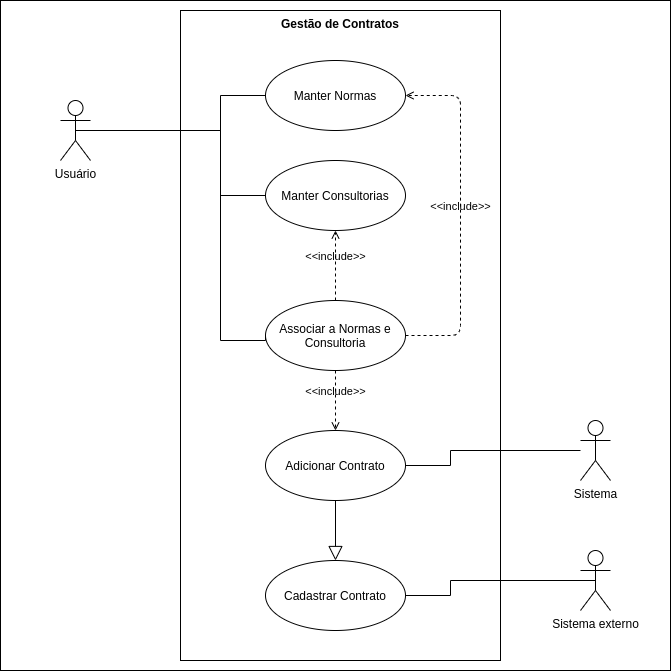
Before: documentacao/diagramas/diagrama_uc_contratos.png, a diagram exported from draw.io (jaisonpr/sigo). Source tidied: cells renumbered, new cells last; positions are measured from the earlier drawing's top-left corner, leaving out a move shared by most shapes. Source of this version:
```xml
<mxGraphModel>
  <root>
    <mxCell id="0" />
    <mxCell id="1" parent="0" />
    <mxCell id="2" style="rounded=0;whiteSpace=wrap;html=1;" parent="1" vertex="1">
      <mxGeometry width="670" height="670" as="geometry" />
    </mxCell>
    <mxCell id="3" value="Gestão de Contratos" style="shape=rect;html=1;verticalAlign=top;fontStyle=1;whiteSpace=wrap;align=center;" parent="1" vertex="1">
      <mxGeometry x="180" y="10" width="320" height="650" as="geometry" />
    </mxCell>
    <mxCell id="4" style="edgeStyle=orthogonalEdgeStyle;rounded=0;jettySize=auto;html=1;entryX=0;entryY=0.5;entryDx=0;entryDy=0;endArrow=none;endFill=0;exitX=0.5;exitY=0.5;exitDx=0;exitDy=0;exitPerimeter=0;" parent="1" edge="1" source="6" target="7">
      <mxGeometry relative="1" as="geometry">
        <Array as="points">
          <mxPoint x="220" y="130" />
          <mxPoint x="220" y="195" />
        </Array>
      </mxGeometry>
    </mxCell>
    <mxCell id="5" style="edgeStyle=orthogonalEdgeStyle;rounded=0;jettySize=auto;html=1;entryX=0;entryY=0.5;entryDx=0;entryDy=0;endArrow=none;endFill=0;" parent="1" edge="1" source="6" target="18">
      <mxGeometry relative="1" as="geometry">
        <Array as="points">
          <mxPoint x="220" y="130" />
          <mxPoint x="220" y="95" />
        </Array>
      </mxGeometry>
    </mxCell>
    <mxCell id="6" value="Usuário" style="shape=umlActor;verticalLabelPosition=bottom;verticalAlign=top;html=1;" parent="1" vertex="1">
      <mxGeometry x="60" y="100" width="30" height="60" as="geometry" />
    </mxCell>
    <mxCell id="7" value="Manter Consultorias" style="ellipse;whiteSpace=wrap;html=1;" parent="1" vertex="1">
      <mxGeometry x="265" y="160" width="140" height="70" as="geometry" />
    </mxCell>
    <mxCell id="8" value="Adicionar&amp;nbsp;Contrato" style="ellipse;whiteSpace=wrap;html=1;" parent="1" vertex="1">
      <mxGeometry x="265" y="430" width="140" height="70" as="geometry" />
    </mxCell>
    <mxCell id="9" style="edgeStyle=orthogonalEdgeStyle;rounded=0;jettySize=auto;html=1;entryX=1;entryY=0.5;entryDx=0;entryDy=0;endArrow=none;endFill=0;" parent="1" edge="1" source="10" target="8">
      <mxGeometry relative="1" as="geometry">
        <Array as="points">
          <mxPoint x="450" y="450" />
          <mxPoint x="450" y="465" />
        </Array>
      </mxGeometry>
    </mxCell>
    <mxCell id="10" value="Sistema" style="shape=umlActor;verticalLabelPosition=bottom;verticalAlign=top;html=1;outlineConnect=0;" parent="1" vertex="1">
      <mxGeometry x="580" y="420" width="30" height="60" as="geometry" />
    </mxCell>
    <mxCell id="11" value="Sistema externo&lt;br&gt;" style="shape=umlActor;verticalLabelPosition=bottom;verticalAlign=top;html=1;outlineConnect=0;" parent="1" vertex="1">
      <mxGeometry x="580" y="550" width="30" height="60" as="geometry" />
    </mxCell>
    <mxCell id="12" style="edgeStyle=orthogonalEdgeStyle;rounded=0;jettySize=auto;html=1;exitX=1;exitY=0.5;exitDx=0;exitDy=0;entryX=0.5;entryY=0.5;entryDx=0;entryDy=0;entryPerimeter=0;endArrow=none;endFill=0;" parent="1" edge="1" source="13" target="11">
      <mxGeometry relative="1" as="geometry">
        <Array as="points">
          <mxPoint x="450" y="595" />
          <mxPoint x="450" y="580" />
        </Array>
      </mxGeometry>
    </mxCell>
    <mxCell id="13" value="Cadastrar Contrato" style="ellipse;whiteSpace=wrap;html=1;" parent="1" vertex="1">
      <mxGeometry x="265" y="560" width="140" height="70" as="geometry" />
    </mxCell>
    <mxCell id="14" value="Associar a Normas e Consultoria" style="ellipse;whiteSpace=wrap;html=1;" parent="1" vertex="1">
      <mxGeometry x="265" y="300" width="140" height="70" as="geometry" />
    </mxCell>
    <mxCell id="15" style="edgeStyle=orthogonalEdgeStyle;rounded=0;jettySize=auto;html=1;entryX=0;entryY=0.5;entryDx=0;entryDy=0;endArrow=none;endFill=0;exitX=0.5;exitY=0.5;exitDx=0;exitDy=0;exitPerimeter=0;" parent="1" edge="1" source="6" target="14">
      <mxGeometry relative="1" as="geometry">
        <Array as="points">
          <mxPoint x="220" y="130" />
          <mxPoint x="220" y="340" />
          <mxPoint x="265" y="340" />
        </Array>
      </mxGeometry>
    </mxCell>
    <mxCell id="16" value="&amp;lt;&amp;lt;include&amp;gt;&amp;gt;" style="edgeStyle=none;html=1;endArrow=open;verticalAlign=bottom;dashed=1;labelBackgroundColor=none;exitX=0.5;exitY=1;exitDx=0;exitDy=0;" parent="1" edge="1" source="14" target="8">
      <mxGeometry relative="1" as="geometry" />
    </mxCell>
    <mxCell id="17" value="&amp;lt;&amp;lt;include&amp;gt;&amp;gt;" style="edgeStyle=none;html=1;endArrow=open;verticalAlign=bottom;dashed=1;labelBackgroundColor=none;exitX=0.5;exitY=0;exitDx=0;exitDy=0;entryX=0.5;entryY=1;entryDx=0;entryDy=0;" parent="1" edge="1" source="14" target="7">
      <mxGeometry relative="1" as="geometry" />
    </mxCell>
    <mxCell id="18" value="Manter Normas" style="ellipse;whiteSpace=wrap;html=1;" parent="1" vertex="1">
      <mxGeometry x="265" y="60" width="140" height="70" as="geometry" />
    </mxCell>
    <mxCell id="19" value="&amp;lt;&amp;lt;include&amp;gt;&amp;gt;" style="edgeStyle=none;html=1;endArrow=open;verticalAlign=bottom;dashed=1;labelBackgroundColor=none;exitX=1;exitY=0.5;exitDx=0;exitDy=0;entryX=1;entryY=0.5;entryDx=0;entryDy=0;" parent="1" edge="1" source="14" target="18">
      <mxGeometry relative="1" as="geometry">
        <Array as="points">
          <mxPoint x="460" y="335" />
          <mxPoint x="460" y="95" />
        </Array>
      </mxGeometry>
    </mxCell>
    <mxCell id="20" style="edgeStyle=none;html=1;endArrow=block;endFill=0;endSize=12;verticalAlign=bottom;exitX=0.5;exitY=1;exitDx=0;exitDy=0;" parent="1" edge="1" source="8" target="13">
      <mxGeometry relative="1" as="geometry" />
    </mxCell>
  </root>
</mxGraphModel>
```
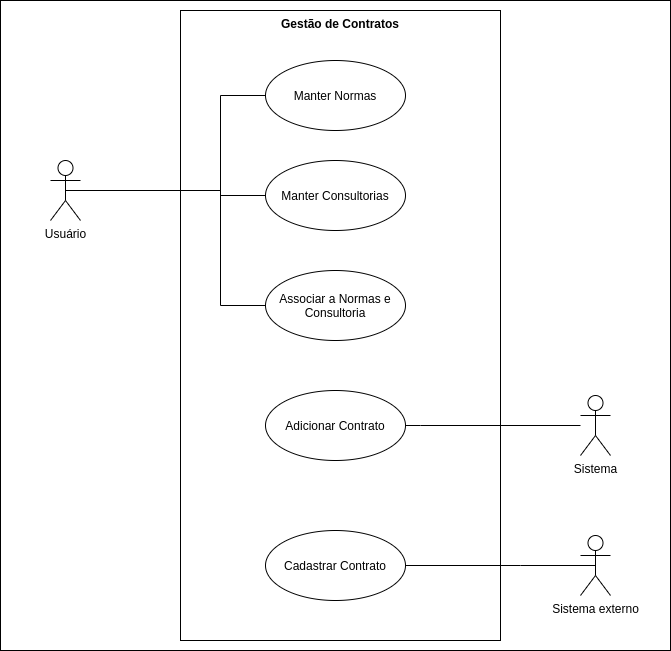
After the commit.

The edit, as a diff of the source:
```diff
@@ -3,15 +3,15 @@
     <mxCell id="0" />
     <mxCell id="1" parent="0" />
     <mxCell id="2" style="rounded=0;whiteSpace=wrap;html=1;" parent="1" vertex="1">
-      <mxGeometry width="670" height="670" as="geometry" />
+      <mxGeometry width="670" height="650" as="geometry" />
     </mxCell>
     <mxCell id="3" value="Gestão de Contratos" style="shape=rect;html=1;verticalAlign=top;fontStyle=1;whiteSpace=wrap;align=center;" parent="1" vertex="1">
-      <mxGeometry x="180" y="10" width="320" height="650" as="geometry" />
+      <mxGeometry x="180" y="10" width="320" height="630" as="geometry" />
     </mxCell>
     <mxCell id="4" style="edgeStyle=orthogonalEdgeStyle;rounded=0;jettySize=auto;html=1;entryX=0;entryY=0.5;entryDx=0;entryDy=0;endArrow=none;endFill=0;exitX=0.5;exitY=0.5;exitDx=0;exitDy=0;exitPerimeter=0;" parent="1" edge="1" source="6" target="7">
       <mxGeometry relative="1" as="geometry">
         <Array as="points">
-          <mxPoint x="220" y="130" />
+          <mxPoint x="220" y="190" />
           <mxPoint x="220" y="195" />
         </Array>
       </mxGeometry>
@@ -19,76 +19,58 @@
     <mxCell id="5" style="edgeStyle=orthogonalEdgeStyle;rounded=0;jettySize=auto;html=1;entryX=0;entryY=0.5;entryDx=0;entryDy=0;endArrow=none;endFill=0;" parent="1" edge="1" source="6" target="18">
       <mxGeometry relative="1" as="geometry">
         <Array as="points">
-          <mxPoint x="220" y="130" />
+          <mxPoint x="220" y="190" />
           <mxPoint x="220" y="95" />
         </Array>
       </mxGeometry>
     </mxCell>
     <mxCell id="6" value="Usuário" style="shape=umlActor;verticalLabelPosition=bottom;verticalAlign=top;html=1;" parent="1" vertex="1">
-      <mxGeometry x="60" y="100" width="30" height="60" as="geometry" />
+      <mxGeometry x="50" y="160" width="30" height="60" as="geometry" />
     </mxCell>
     <mxCell id="7" value="Manter Consultorias" style="ellipse;whiteSpace=wrap;html=1;" parent="1" vertex="1">
       <mxGeometry x="265" y="160" width="140" height="70" as="geometry" />
     </mxCell>
     <mxCell id="8" value="Adicionar&amp;nbsp;Contrato" style="ellipse;whiteSpace=wrap;html=1;" parent="1" vertex="1">
-      <mxGeometry x="265" y="430" width="140" height="70" as="geometry" />
+      <mxGeometry x="265" y="390" width="140" height="70" as="geometry" />
     </mxCell>
     <mxCell id="9" style="edgeStyle=orthogonalEdgeStyle;rounded=0;jettySize=auto;html=1;entryX=1;entryY=0.5;entryDx=0;entryDy=0;endArrow=none;endFill=0;" parent="1" edge="1" source="10" target="8">
       <mxGeometry relative="1" as="geometry">
         <Array as="points">
-          <mxPoint x="450" y="450" />
-          <mxPoint x="450" y="465" />
+          <mxPoint x="420" y="425" />
+          <mxPoint x="420" y="425" />
         </Array>
       </mxGeometry>
     </mxCell>
     <mxCell id="10" value="Sistema" style="shape=umlActor;verticalLabelPosition=bottom;verticalAlign=top;html=1;outlineConnect=0;" parent="1" vertex="1">
-      <mxGeometry x="580" y="420" width="30" height="60" as="geometry" />
+      <mxGeometry x="580" y="395" width="30" height="60" as="geometry" />
     </mxCell>
     <mxCell id="11" value="Sistema externo&lt;br&gt;" style="shape=umlActor;verticalLabelPosition=bottom;verticalAlign=top;html=1;outlineConnect=0;" parent="1" vertex="1">
-      <mxGeometry x="580" y="550" width="30" height="60" as="geometry" />
+      <mxGeometry x="580" y="535" width="30" height="60" as="geometry" />
     </mxCell>
     <mxCell id="12" style="edgeStyle=orthogonalEdgeStyle;rounded=0;jettySize=auto;html=1;exitX=1;exitY=0.5;exitDx=0;exitDy=0;entryX=0.5;entryY=0.5;entryDx=0;entryDy=0;entryPerimeter=0;endArrow=none;endFill=0;" parent="1" edge="1" source="13" target="11">
       <mxGeometry relative="1" as="geometry">
         <Array as="points">
-          <mxPoint x="450" y="595" />
-          <mxPoint x="450" y="580" />
+          <mxPoint x="520" y="565" />
+          <mxPoint x="520" y="565" />
         </Array>
       </mxGeometry>
     </mxCell>
     <mxCell id="13" value="Cadastrar Contrato" style="ellipse;whiteSpace=wrap;html=1;" parent="1" vertex="1">
-      <mxGeometry x="265" y="560" width="140" height="70" as="geometry" />
+      <mxGeometry x="265" y="530" width="140" height="70" as="geometry" />
     </mxCell>
     <mxCell id="14" value="Associar a Normas e Consultoria" style="ellipse;whiteSpace=wrap;html=1;" parent="1" vertex="1">
-      <mxGeometry x="265" y="300" width="140" height="70" as="geometry" />
+      <mxGeometry x="265" y="270" width="140" height="70" as="geometry" />
     </mxCell>
     <mxCell id="15" style="edgeStyle=orthogonalEdgeStyle;rounded=0;jettySize=auto;html=1;entryX=0;entryY=0.5;entryDx=0;entryDy=0;endArrow=none;endFill=0;exitX=0.5;exitY=0.5;exitDx=0;exitDy=0;exitPerimeter=0;" parent="1" edge="1" source="6" target="14">
       <mxGeometry relative="1" as="geometry">
         <Array as="points">
-          <mxPoint x="220" y="130" />
-          <mxPoint x="220" y="340" />
-          <mxPoint x="265" y="340" />
+          <mxPoint x="220" y="190" />
+          <mxPoint x="220" y="305" />
         </Array>
       </mxGeometry>
     </mxCell>
-    <mxCell id="16" value="&amp;lt;&amp;lt;include&amp;gt;&amp;gt;" style="edgeStyle=none;html=1;endArrow=open;verticalAlign=bottom;dashed=1;labelBackgroundColor=none;exitX=0.5;exitY=1;exitDx=0;exitDy=0;" parent="1" edge="1" source="14" target="8">
-      <mxGeometry relative="1" as="geometry" />
-    </mxCell>
-    <mxCell id="17" value="&amp;lt;&amp;lt;include&amp;gt;&amp;gt;" style="edgeStyle=none;html=1;endArrow=open;verticalAlign=bottom;dashed=1;labelBackgroundColor=none;exitX=0.5;exitY=0;exitDx=0;exitDy=0;entryX=0.5;entryY=1;entryDx=0;entryDy=0;" parent="1" edge="1" source="14" target="7">
-      <mxGeometry relative="1" as="geometry" />
-    </mxCell>
     <mxCell id="18" value="Manter Normas" style="ellipse;whiteSpace=wrap;html=1;" parent="1" vertex="1">
       <mxGeometry x="265" y="60" width="140" height="70" as="geometry" />
     </mxCell>
-    <mxCell id="19" value="&amp;lt;&amp;lt;include&amp;gt;&amp;gt;" style="edgeStyle=none;html=1;endArrow=open;verticalAlign=bottom;dashed=1;labelBackgroundColor=none;exitX=1;exitY=0.5;exitDx=0;exitDy=0;entryX=1;entryY=0.5;entryDx=0;entryDy=0;" parent="1" edge="1" source="14" target="18">
-      <mxGeometry relative="1" as="geometry">
-        <Array as="points">
-          <mxPoint x="460" y="335" />
-          <mxPoint x="460" y="95" />
-        </Array>
-      </mxGeometry>
-    </mxCell>
-    <mxCell id="20" style="edgeStyle=none;html=1;endArrow=block;endFill=0;endSize=12;verticalAlign=bottom;exitX=0.5;exitY=1;exitDx=0;exitDy=0;" parent="1" edge="1" source="8" target="13">
-      <mxGeometry relative="1" as="geometry" />
-    </mxCell>
   </root>
 </mxGraphModel>
```
